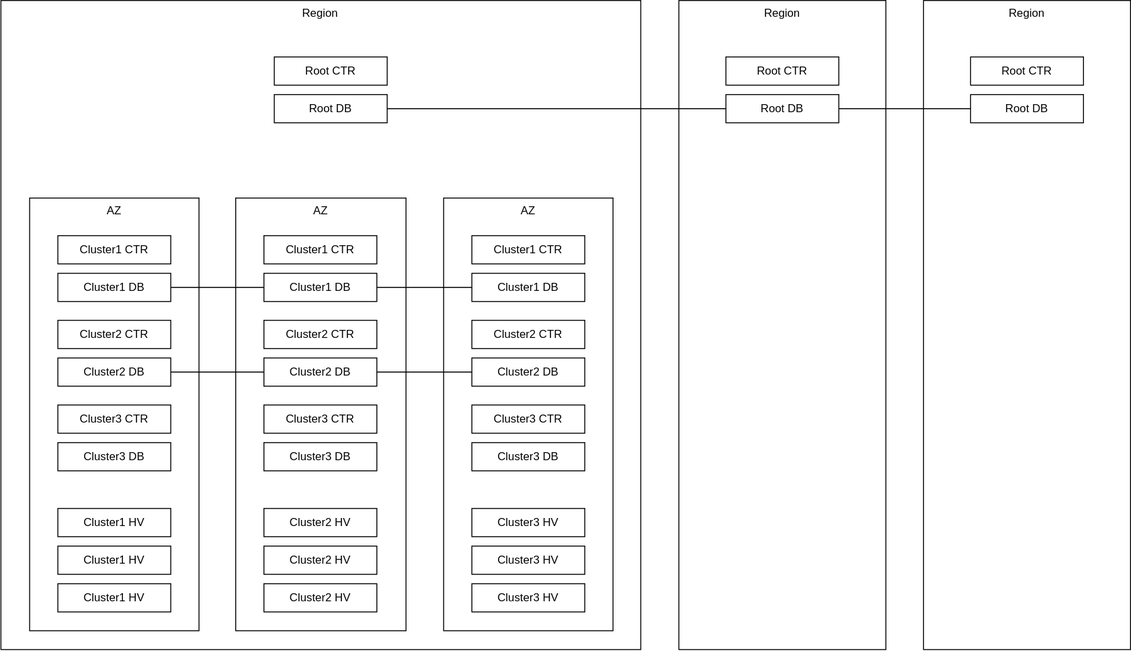
The draw.io diagram basic/IaaS.dio.svg in syunkitada/architecture, before a commit. Source tidied: cells renumbered, new cells last; positions are measured from the earlier drawing's top-left corner, leaving out a move shared by most shapes. The source it was exported from:
```xml
<mxGraphModel>
  <root>
    <mxCell id="0" />
    <mxCell id="1" parent="0" />
    <mxCell id="2" value="Region" style="rounded=0;whiteSpace=wrap;html=1;verticalAlign=top;" parent="1" vertex="1">
      <mxGeometry x="-0.5" width="680" height="690" as="geometry" />
    </mxCell>
    <mxCell id="3" value="AZ" style="rounded=0;whiteSpace=wrap;html=1;verticalAlign=top;" parent="1" vertex="1">
      <mxGeometry x="30" y="210" width="180" height="460" as="geometry" />
    </mxCell>
    <mxCell id="4" value="Cluster1 HV" style="rounded=0;whiteSpace=wrap;html=1;" parent="1" vertex="1">
      <mxGeometry x="60" y="540" width="120" height="30" as="geometry" />
    </mxCell>
    <mxCell id="5" style="group;" parent="1" vertex="1">
      <mxGeometry x="60" y="250" width="120" height="70" as="geometry" />
    </mxCell>
    <mxCell id="6" value="Cluster1 DB" style="rounded=0;whiteSpace=wrap;html=1;" parent="5" vertex="1">
      <mxGeometry y="40" width="120" height="30" as="geometry" />
    </mxCell>
    <mxCell id="7" value="Cluster1 CTR" style="rounded=0;whiteSpace=wrap;html=1;" parent="5" vertex="1">
      <mxGeometry width="120" height="30" as="geometry" />
    </mxCell>
    <mxCell id="8" style="group;" parent="1" vertex="1">
      <mxGeometry x="60" y="340" width="120" height="70" as="geometry" />
    </mxCell>
    <mxCell id="9" value="Cluster2 DB" style="rounded=0;whiteSpace=wrap;html=1;" parent="8" vertex="1">
      <mxGeometry y="40" width="120" height="30" as="geometry" />
    </mxCell>
    <mxCell id="10" value="Cluster2 CTR" style="rounded=0;whiteSpace=wrap;html=1;" parent="8" vertex="1">
      <mxGeometry width="120" height="30" as="geometry" />
    </mxCell>
    <mxCell id="11" style="group;" parent="1" vertex="1">
      <mxGeometry x="60" y="430" width="120" height="70" as="geometry" />
    </mxCell>
    <mxCell id="12" value="Cluster3 DB" style="rounded=0;whiteSpace=wrap;html=1;" parent="11" vertex="1">
      <mxGeometry y="40" width="120" height="30" as="geometry" />
    </mxCell>
    <mxCell id="13" value="Cluster3 CTR" style="rounded=0;whiteSpace=wrap;html=1;" parent="11" vertex="1">
      <mxGeometry width="120" height="30" as="geometry" />
    </mxCell>
    <mxCell id="14" value="Cluster1 HV" style="rounded=0;whiteSpace=wrap;html=1;" parent="1" vertex="1">
      <mxGeometry x="60" y="580" width="120" height="30" as="geometry" />
    </mxCell>
    <mxCell id="15" value="Cluster1 HV" style="rounded=0;whiteSpace=wrap;html=1;" parent="1" vertex="1">
      <mxGeometry x="60" y="620" width="120" height="30" as="geometry" />
    </mxCell>
    <mxCell id="16" value="AZ" style="rounded=0;whiteSpace=wrap;html=1;verticalAlign=top;" parent="1" vertex="1">
      <mxGeometry x="249" y="210" width="181" height="460" as="geometry" />
    </mxCell>
    <mxCell id="17" value="Cluster2 HV" style="rounded=0;whiteSpace=wrap;html=1;" parent="1" vertex="1">
      <mxGeometry x="279" y="540" width="120" height="30" as="geometry" />
    </mxCell>
    <mxCell id="18" style="group;" parent="1" vertex="1">
      <mxGeometry x="279" y="250" width="120" height="70" as="geometry" />
    </mxCell>
    <mxCell id="19" value="Cluster1 DB" style="rounded=0;whiteSpace=wrap;html=1;" parent="18" vertex="1">
      <mxGeometry y="40" width="120" height="30" as="geometry" />
    </mxCell>
    <mxCell id="20" value="Cluster1 CTR" style="rounded=0;whiteSpace=wrap;html=1;" parent="18" vertex="1">
      <mxGeometry width="120" height="30" as="geometry" />
    </mxCell>
    <mxCell id="21" style="group;" parent="1" vertex="1">
      <mxGeometry x="279" y="340" width="120" height="70" as="geometry" />
    </mxCell>
    <mxCell id="22" value="Cluster2 DB" style="rounded=0;whiteSpace=wrap;html=1;" parent="21" vertex="1">
      <mxGeometry y="40" width="120" height="30" as="geometry" />
    </mxCell>
    <mxCell id="23" value="Cluster2 CTR" style="rounded=0;whiteSpace=wrap;html=1;" parent="21" vertex="1">
      <mxGeometry width="120" height="30" as="geometry" />
    </mxCell>
    <mxCell id="24" style="group;" parent="1" vertex="1">
      <mxGeometry x="279" y="430" width="120" height="70" as="geometry" />
    </mxCell>
    <mxCell id="25" value="Cluster3 DB" style="rounded=0;whiteSpace=wrap;html=1;" parent="24" vertex="1">
      <mxGeometry y="40" width="120" height="30" as="geometry" />
    </mxCell>
    <mxCell id="26" value="Cluster3 CTR" style="rounded=0;whiteSpace=wrap;html=1;" parent="24" vertex="1">
      <mxGeometry width="120" height="30" as="geometry" />
    </mxCell>
    <mxCell id="27" value="Cluster2 HV" style="rounded=0;whiteSpace=wrap;html=1;" parent="1" vertex="1">
      <mxGeometry x="279" y="580" width="120" height="30" as="geometry" />
    </mxCell>
    <mxCell id="28" value="Cluster2 HV" style="rounded=0;whiteSpace=wrap;html=1;" parent="1" vertex="1">
      <mxGeometry x="279" y="620" width="120" height="30" as="geometry" />
    </mxCell>
    <mxCell id="29" value="AZ" style="rounded=0;whiteSpace=wrap;html=1;verticalAlign=top;" parent="1" vertex="1">
      <mxGeometry x="470" y="210" width="180" height="460" as="geometry" />
    </mxCell>
    <mxCell id="30" value="Cluster3 HV" style="rounded=0;whiteSpace=wrap;html=1;" parent="1" vertex="1">
      <mxGeometry x="500" y="540" width="120" height="30" as="geometry" />
    </mxCell>
    <mxCell id="31" style="group;" parent="1" vertex="1">
      <mxGeometry x="500" y="250" width="120" height="70" as="geometry" />
    </mxCell>
    <mxCell id="32" value="Cluster1 DB" style="rounded=0;whiteSpace=wrap;html=1;" parent="31" vertex="1">
      <mxGeometry y="40" width="120" height="30" as="geometry" />
    </mxCell>
    <mxCell id="33" value="Cluster1 CTR" style="rounded=0;whiteSpace=wrap;html=1;" parent="31" vertex="1">
      <mxGeometry width="120" height="30" as="geometry" />
    </mxCell>
    <mxCell id="34" style="group;" parent="1" vertex="1">
      <mxGeometry x="500" y="340" width="120" height="70" as="geometry" />
    </mxCell>
    <mxCell id="35" value="Cluster2 DB" style="rounded=0;whiteSpace=wrap;html=1;" parent="34" vertex="1">
      <mxGeometry y="40" width="120" height="30" as="geometry" />
    </mxCell>
    <mxCell id="36" value="Cluster2 CTR" style="rounded=0;whiteSpace=wrap;html=1;" parent="34" vertex="1">
      <mxGeometry width="120" height="30" as="geometry" />
    </mxCell>
    <mxCell id="37" style="group;" parent="1" vertex="1">
      <mxGeometry x="500" y="430" width="120" height="70" as="geometry" />
    </mxCell>
    <mxCell id="38" value="Cluster3 DB" style="rounded=0;whiteSpace=wrap;html=1;" parent="37" vertex="1">
      <mxGeometry y="40" width="120" height="30" as="geometry" />
    </mxCell>
    <mxCell id="39" value="Cluster3 CTR" style="rounded=0;whiteSpace=wrap;html=1;" parent="37" vertex="1">
      <mxGeometry width="120" height="30" as="geometry" />
    </mxCell>
    <mxCell id="40" value="Cluster3 HV" style="rounded=0;whiteSpace=wrap;html=1;" parent="1" vertex="1">
      <mxGeometry x="500" y="580" width="120" height="30" as="geometry" />
    </mxCell>
    <mxCell id="41" value="Cluster3 HV" style="rounded=0;whiteSpace=wrap;html=1;" parent="1" vertex="1">
      <mxGeometry x="500" y="620" width="120" height="30" as="geometry" />
    </mxCell>
    <mxCell id="42" style="group;" parent="1" vertex="1">
      <mxGeometry x="290" y="60" width="120" height="70" as="geometry" />
    </mxCell>
    <mxCell id="43" value="Root DB" style="rounded=0;whiteSpace=wrap;html=1;" parent="42" vertex="1">
      <mxGeometry y="40" width="120" height="30" as="geometry" />
    </mxCell>
    <mxCell id="44" value="Root CTR" style="rounded=0;whiteSpace=wrap;html=1;" parent="42" vertex="1">
      <mxGeometry width="120" height="30" as="geometry" />
    </mxCell>
    <mxCell id="45" value="Region" style="rounded=0;whiteSpace=wrap;html=1;verticalAlign=top;" parent="1" vertex="1">
      <mxGeometry x="720" width="220" height="690" as="geometry" />
    </mxCell>
    <mxCell id="46" style="group;" parent="1" vertex="1">
      <mxGeometry x="770" y="60" width="120" height="70" as="geometry" />
    </mxCell>
    <mxCell id="47" value="Root DB" style="rounded=0;whiteSpace=wrap;html=1;" parent="46" vertex="1">
      <mxGeometry y="40" width="120" height="30" as="geometry" />
    </mxCell>
    <mxCell id="48" value="Root CTR" style="rounded=0;whiteSpace=wrap;html=1;" parent="46" vertex="1">
      <mxGeometry width="120" height="30" as="geometry" />
    </mxCell>
    <mxCell id="49" value="Region" style="rounded=0;whiteSpace=wrap;html=1;verticalAlign=top;" parent="1" vertex="1">
      <mxGeometry x="980" width="220" height="690" as="geometry" />
    </mxCell>
    <mxCell id="50" style="group;" parent="1" vertex="1">
      <mxGeometry x="1030" y="60" width="120" height="70" as="geometry" />
    </mxCell>
    <mxCell id="51" value="Root DB" style="rounded=0;whiteSpace=wrap;html=1;" parent="50" vertex="1">
      <mxGeometry y="40" width="120" height="30" as="geometry" />
    </mxCell>
    <mxCell id="52" value="Root CTR" style="rounded=0;whiteSpace=wrap;html=1;" parent="50" vertex="1">
      <mxGeometry width="120" height="30" as="geometry" />
    </mxCell>
    <mxCell id="53" style="endArrow=none;html=1;exitX=1;exitY=0.5;exitDx=0;exitDy=0;entryX=0;entryY=0.5;entryDx=0;entryDy=0;" parent="1" edge="1" source="19" target="32">
      <mxGeometry relative="1" as="geometry" />
    </mxCell>
    <mxCell id="54" style="endArrow=none;html=1;exitX=1;exitY=0.5;exitDx=0;exitDy=0;entryX=0;entryY=0.5;entryDx=0;entryDy=0;" parent="1" edge="1" source="6" target="19">
      <mxGeometry relative="1" as="geometry" />
    </mxCell>
    <mxCell id="55" style="endArrow=none;html=1;exitX=1;exitY=0.5;exitDx=0;exitDy=0;entryX=0;entryY=0.5;entryDx=0;entryDy=0;" parent="1" edge="1" source="9" target="22">
      <mxGeometry relative="1" as="geometry" />
    </mxCell>
    <mxCell id="56" style="endArrow=none;html=1;exitX=1;exitY=0.5;exitDx=0;exitDy=0;entryX=0;entryY=0.5;entryDx=0;entryDy=0;" parent="1" edge="1" source="22" target="35">
      <mxGeometry relative="1" as="geometry" />
    </mxCell>
    <mxCell id="57" style="endArrow=none;html=1;exitX=1;exitY=0.5;exitDx=0;exitDy=0;entryX=0;entryY=0.5;entryDx=0;entryDy=0;" parent="1" edge="1" source="43" target="47">
      <mxGeometry relative="1" as="geometry" />
    </mxCell>
    <mxCell id="58" style="endArrow=none;html=1;entryX=0;entryY=0.5;entryDx=0;entryDy=0;exitX=1;exitY=0.5;exitDx=0;exitDy=0;" parent="1" edge="1" source="47" target="51">
      <mxGeometry relative="1" as="geometry" />
    </mxCell>
  </root>
</mxGraphModel>
```
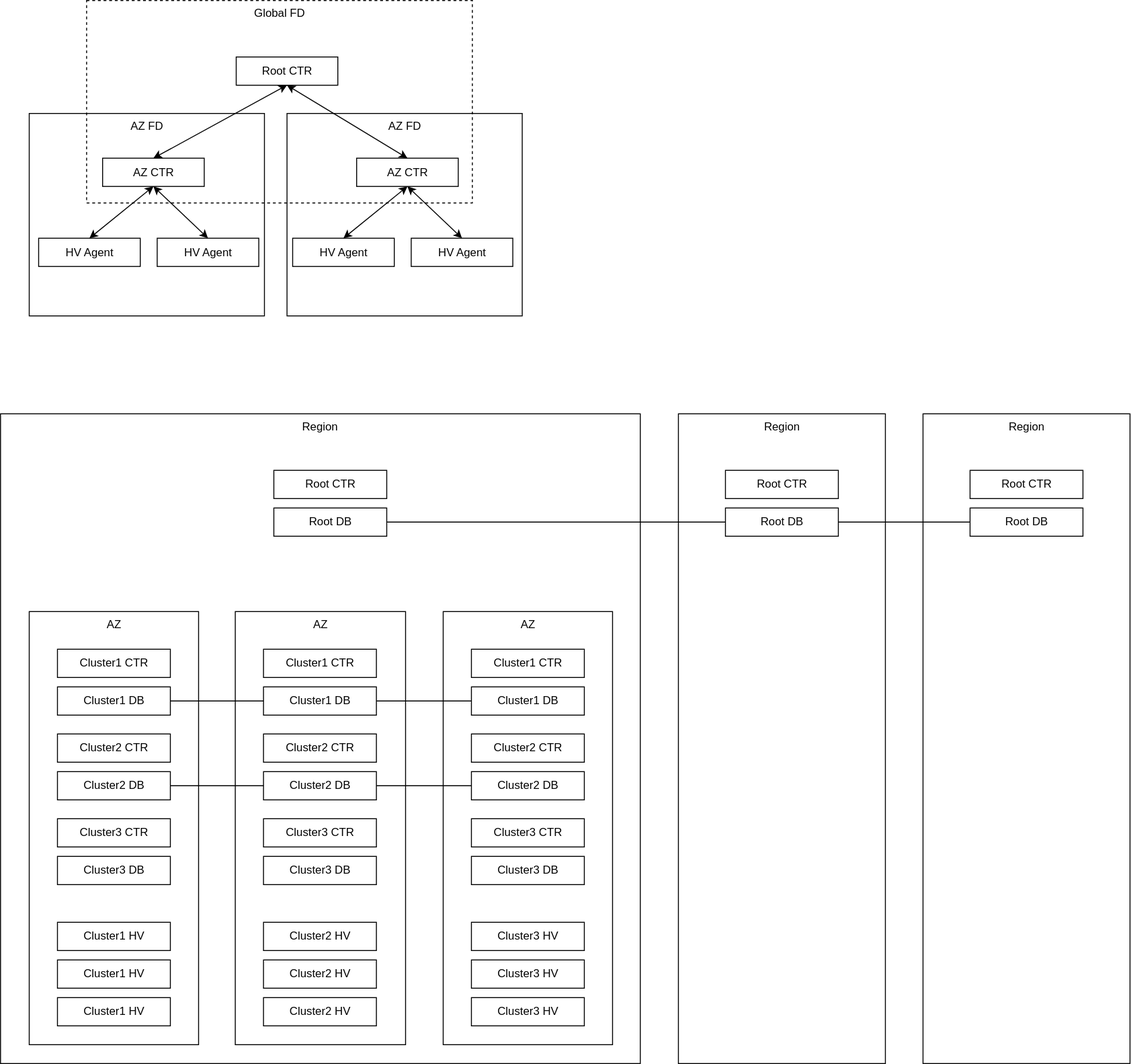
Later version of the same file.

The edit, as a diff of the source:
```diff
@@ -2,6 +2,9 @@
   <root>
     <mxCell id="0" />
     <mxCell id="1" parent="0" />
+    <mxCell id="59" value="Global FD" style="rounded=0;whiteSpace=wrap;html=1;align=center;verticalAlign=top;labelBackgroundColor=default;fillColor=none;dashed=1;" parent="1" vertex="1">
+      <mxGeometry x="91" y="-439" width="410" height="215" as="geometry" />
+    </mxCell>
     <mxCell id="2" value="Region" style="rounded=0;whiteSpace=wrap;html=1;verticalAlign=top;" parent="1" vertex="1">
       <mxGeometry x="-0.5" width="680" height="690" as="geometry" />
     </mxCell>
@@ -173,5 +176,50 @@
     <mxCell id="58" style="endArrow=none;html=1;entryX=0;entryY=0.5;entryDx=0;entryDy=0;exitX=1;exitY=0.5;exitDx=0;exitDy=0;" parent="1" edge="1" source="47" target="51">
       <mxGeometry relative="1" as="geometry" />
     </mxCell>
+    <mxCell id="60" value="AZ FD" style="rounded=0;whiteSpace=wrap;html=1;align=center;verticalAlign=top;fillColor=none;" parent="1" vertex="1">
+      <mxGeometry x="304" y="-319" width="250" height="215" as="geometry" />
+    </mxCell>
+    <mxCell id="61" value="AZ FD" style="rounded=0;whiteSpace=wrap;html=1;align=center;verticalAlign=top;fillColor=none;" parent="1" vertex="1">
+      <mxGeometry x="30" y="-319" width="250" height="215" as="geometry" />
+    </mxCell>
+    <mxCell id="62" value="Root CTR" style="rounded=0;whiteSpace=wrap;html=1;align=center;verticalAlign=middle;" parent="1" vertex="1">
+      <mxGeometry x="250" y="-379" width="108" height="30" as="geometry" />
+    </mxCell>
+    <mxCell id="63" style="endArrow=classic;startArrow=classic;html=1;rounded=0;exitX=0.5;exitY=0;exitDx=0;exitDy=0;entryX=0.5;entryY=1;entryDx=0;entryDy=0;" parent="1" edge="1" source="66" target="62">
+      <mxGeometry relative="1" as="geometry" />
+    </mxCell>
+    <mxCell id="64" style="endArrow=classic;startArrow=classic;html=1;rounded=0;exitX=0.5;exitY=1;exitDx=0;exitDy=0;entryX=0.5;entryY=0;entryDx=0;entryDy=0;" parent="1" edge="1" source="62" target="71">
+      <mxGeometry relative="1" as="geometry" />
+    </mxCell>
+    <mxCell id="65" value="HV Agent" style="rounded=0;whiteSpace=wrap;html=1;align=center;verticalAlign=middle;" parent="1" vertex="1">
+      <mxGeometry x="40" y="-186.5" width="108" height="30" as="geometry" />
+    </mxCell>
+    <mxCell id="66" value="AZ CTR" style="rounded=0;whiteSpace=wrap;html=1;align=center;verticalAlign=middle;" parent="1" vertex="1">
+      <mxGeometry x="108" y="-271.5" width="108" height="30" as="geometry" />
+    </mxCell>
+    <mxCell id="67" style="endArrow=classic;startArrow=classic;html=1;rounded=0;exitX=0.5;exitY=0;exitDx=0;exitDy=0;entryX=0.5;entryY=1;entryDx=0;entryDy=0;" parent="1" edge="1" source="65" target="66">
+      <mxGeometry x="760.5" y="-992.5" as="geometry" />
+    </mxCell>
+    <mxCell id="68" style="endArrow=classic;startArrow=classic;html=1;rounded=0;entryX=0.5;entryY=1;entryDx=0;entryDy=0;exitX=0.5;exitY=0;exitDx=0;exitDy=0;" parent="1" edge="1" source="69" target="66">
+      <mxGeometry x="760.5" y="-992.5" as="geometry" />
+    </mxCell>
+    <mxCell id="69" value="HV Agent" style="rounded=0;whiteSpace=wrap;html=1;align=center;verticalAlign=middle;" parent="1" vertex="1">
+      <mxGeometry x="166" y="-186.5" width="108" height="30" as="geometry" />
+    </mxCell>
+    <mxCell id="70" value="HV Agent" style="rounded=0;whiteSpace=wrap;html=1;align=center;verticalAlign=middle;" parent="1" vertex="1">
+      <mxGeometry x="310" y="-186.5" width="108" height="30" as="geometry" />
+    </mxCell>
+    <mxCell id="71" value="AZ CTR" style="rounded=0;whiteSpace=wrap;html=1;align=center;verticalAlign=middle;" parent="1" vertex="1">
+      <mxGeometry x="378" y="-271.5" width="108" height="30" as="geometry" />
+    </mxCell>
+    <mxCell id="72" style="endArrow=classic;startArrow=classic;html=1;rounded=0;exitX=0.5;exitY=0;exitDx=0;exitDy=0;entryX=0.5;entryY=1;entryDx=0;entryDy=0;" parent="1" edge="1" source="70" target="71">
+      <mxGeometry x="760.5" y="-992.5" as="geometry" />
+    </mxCell>
+    <mxCell id="73" style="endArrow=classic;startArrow=classic;html=1;rounded=0;entryX=0.5;entryY=1;entryDx=0;entryDy=0;exitX=0.5;exitY=0;exitDx=0;exitDy=0;" parent="1" edge="1" source="74" target="71">
+      <mxGeometry x="760.5" y="-992.5" as="geometry" />
+    </mxCell>
+    <mxCell id="74" value="HV Agent" style="rounded=0;whiteSpace=wrap;html=1;align=center;verticalAlign=middle;" parent="1" vertex="1">
+      <mxGeometry x="436" y="-186.5" width="108" height="30" as="geometry" />
+    </mxCell>
   </root>
 </mxGraphModel>
```
